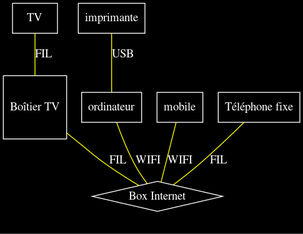
Before: assets/reseau.png, a diagram exported from Graphviz (zhangfeng/cours). Its source is kept beside it as assets/reseau.gv.
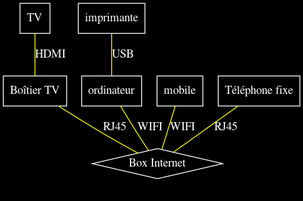
Above is the later version.

Commit message:
Corrections mineures sur reseau.gv

Change to the diagram source:
```diff
@@ -4,16 +4,16 @@
     edge [color=yellow, fontcolor=white ]
     label = "Réseau domestique";
     box [ label = "Box Internet", shape = diamond ];
-    boxtv [ label = "Boîtier TV", shape = square,  ];
-    tv [ label = "TV", shape = box ];
+    boxtv [ label = "Boîtier TV", shape = box ];
+    tv [ label = "TV", shape = square ];
     ordinateur [ shape = box ];
     imprimante [ shape = box ];
-    mobile [ shape = rectangle ];
-    tel [ label = "Téléphone fixe", shape = rectangle ];
+    mobile [ shape = box ];
+    tel [ label = "Téléphone fixe", shape = box ];
     ordinateur -- box [ label = "WIFI" ];
     mobile -- box [ label = "WIFI" ];
-    tel -- box [ label = "FIL" ];
-    boxtv -- box [ label = "FIL" ];
-    tv -- boxtv [ label = "FIL" ];
+    tel -- box [ label = "RJ45" ];
+    boxtv -- box [ label = "RJ45" ];
+    tv -- boxtv [ label = "HDMI" ];
     imprimante -- ordinateur [ label = "USB" ];
 }
```
